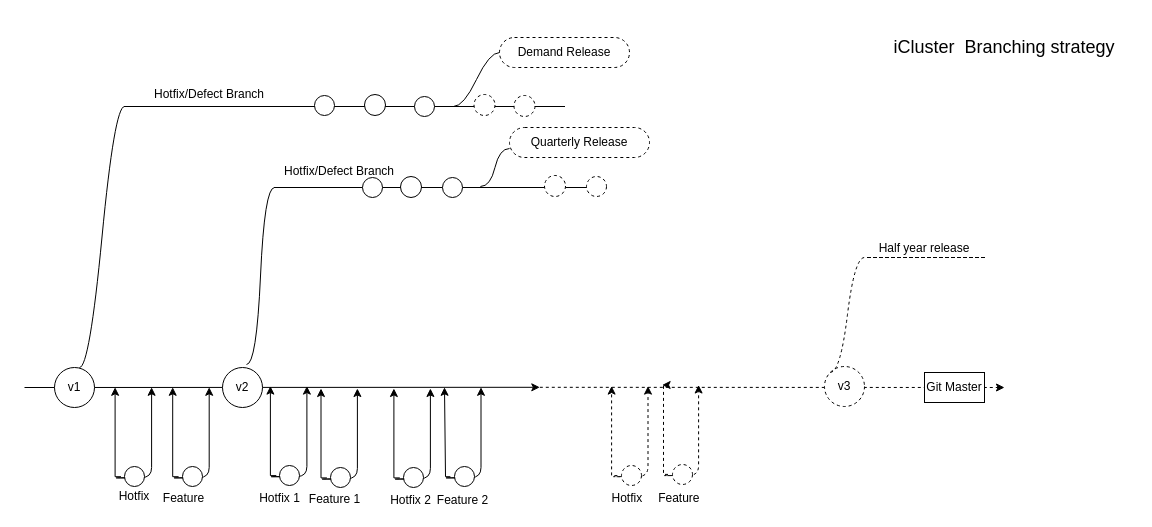
dingzhanxing/Diagram keeps this draw.io diagram as iCluster Branch Strategy.drawio. Above is the earlier version. Source tidied: cells renumbered, new cells numbered last; positions are measured from the earlier drawing's top-left corner, leaving out a move shared by most shapes. Both pictures are drawn from the tidied source at 100%, with x=0, y=0 at pixel (24, 17).
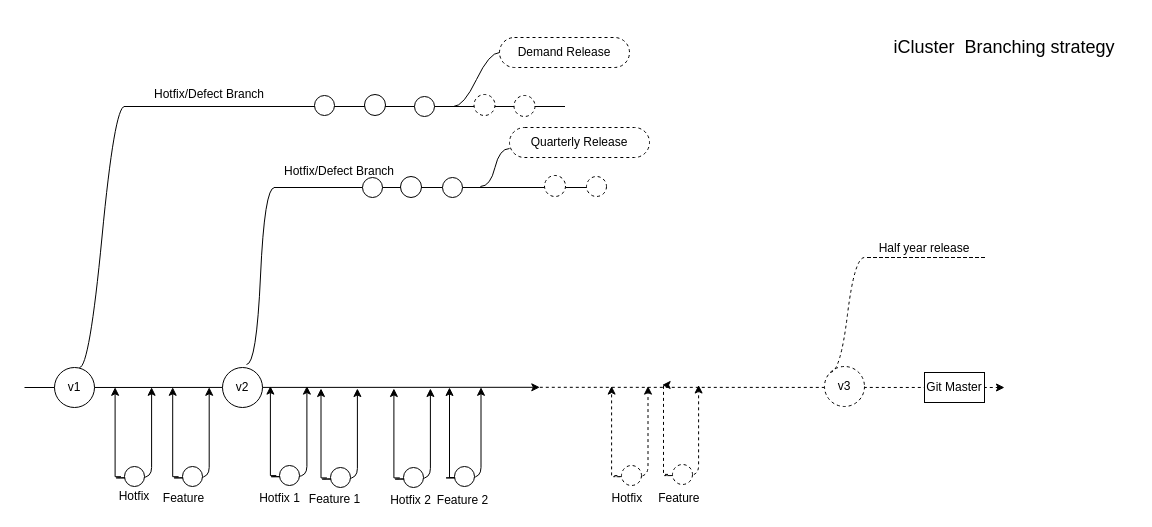
After the change.

The change refers to these unchanged cells:
```xml
<mxCell id="50" style="ellipse;whiteSpace=wrap;html=1;" parent="1" vertex="1">
  <mxGeometry x="430" y="449" width="20" height="20" as="geometry" />
</mxCell>
```

Change to the diagram source:
```diff
@@
-    <mxCell id="49" style="edgeStyle=orthogonalEdgeStyle;rounded=0;orthogonalLoop=1;jettySize=auto;html=1;" parent="1" edge="1">
+    <mxCell id="49" style="edgeStyle=orthogonalEdgeStyle;rounded=0;jettySize=auto;html=1;exitX=0;exitY=0.5;exitDx=0;exitDy=0;" parent="1" edge="1" source="50">
       <mxGeometry relative="1" as="geometry">
-        <mxPoint x="425.9" y="459.2" as="sourcePoint" />
-        <mxPoint x="420" y="369.8" as="targetPoint" />
+        <mxPoint x="425" y="370" as="targetPoint" />
         <Array as="points">
-          <mxPoint x="421" y="459" />
+          <mxPoint x="430" y="460" />
+          <mxPoint x="425" y="460" />
         </Array>
       </mxGeometry>
     </mxCell>
```
